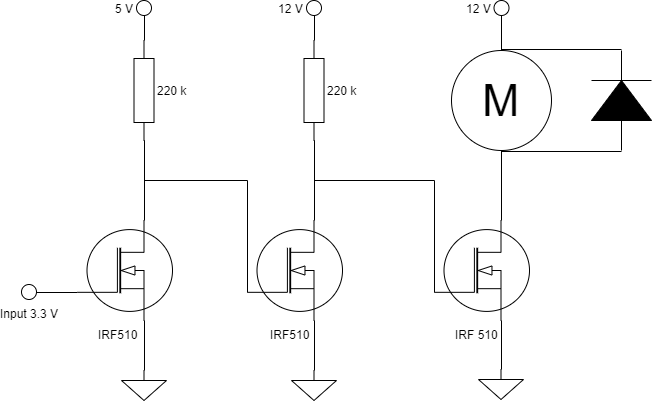
The draw.io diagram Lock/transistor_circuit.png in ubilab-escape/safe, before a commit. Source tidied: cells renumbered, new cells last; positions are measured from the earlier drawing's top-left corner, leaving out a move shared by most shapes.
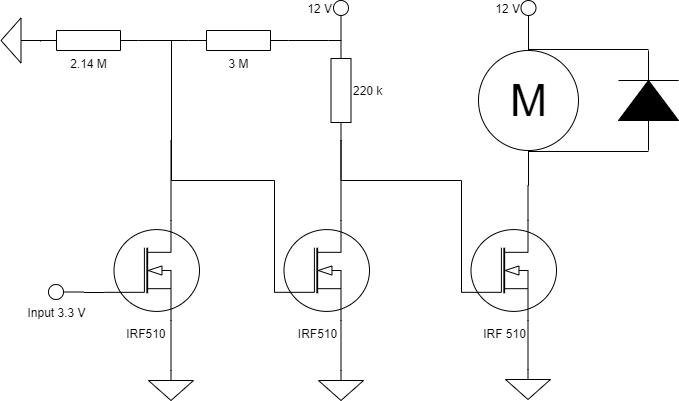
After the change.

Commit message:
changed transistor circuit diagram

Change to the diagram source:
```diff
@@ -2,8 +2,10 @@
   <root>
     <mxCell id="0" />
     <mxCell id="1" parent="0" />
-    <mxCell id="2" style="edgeStyle=orthogonalEdgeStyle;rounded=0;jettySize=auto;html=1;exitX=0.7;exitY=0;exitDx=0;exitDy=0;exitPerimeter=0;entryX=1;entryY=0.5;entryDx=0;entryDy=0;entryPerimeter=0;endArrow=none;endFill=0;" parent="1" edge="1" source="5" target="18">
-      <mxGeometry relative="1" as="geometry" />
+    <mxCell id="2" style="edgeStyle=orthogonalEdgeStyle;rounded=0;jettySize=auto;html=1;exitX=0.7;exitY=0;exitDx=0;exitDy=0;exitPerimeter=0;entryX=1;entryY=0.5;entryDx=0;entryDy=0;entryPerimeter=0;endArrow=none;endFill=0;" parent="1" edge="1" source="5">
+      <mxGeometry relative="1" as="geometry">
+        <mxPoint x="122.5" y="140" as="targetPoint" />
+      </mxGeometry>
     </mxCell>
     <mxCell id="3" style="edgeStyle=orthogonalEdgeStyle;rounded=0;jettySize=auto;html=1;exitX=0.7;exitY=1;exitDx=0;exitDy=0;exitPerimeter=0;entryX=0.5;entryY=0;entryDx=0;entryDy=0;entryPerimeter=0;endArrow=none;endFill=0;" parent="1" edge="1" source="5" target="14">
       <mxGeometry relative="1" as="geometry" />
@@ -20,8 +22,9 @@
     <mxCell id="7" style="edgeStyle=orthogonalEdgeStyle;rounded=0;jettySize=auto;html=1;exitX=0.7;exitY=1;exitDx=0;exitDy=0;exitPerimeter=0;entryX=0.5;entryY=0;entryDx=0;entryDy=0;entryPerimeter=0;endArrow=none;endFill=0;" parent="1" edge="1" source="9" target="15">
       <mxGeometry relative="1" as="geometry" />
     </mxCell>
-    <mxCell id="8" style="edgeStyle=orthogonalEdgeStyle;rounded=0;jettySize=auto;html=1;exitX=0;exitY=0.72;exitDx=0;exitDy=0;exitPerimeter=0;entryX=1;entryY=0.5;entryDx=0;entryDy=0;entryPerimeter=0;endArrow=none;endFill=0;" parent="1" edge="1" source="9" target="18">
+    <mxCell id="8" style="edgeStyle=orthogonalEdgeStyle;rounded=0;jettySize=auto;html=1;exitX=0;exitY=0.72;exitDx=0;exitDy=0;exitPerimeter=0;endArrow=none;endFill=0;" parent="1" edge="1" source="9">
       <mxGeometry relative="1" as="geometry">
+        <mxPoint x="123" y="40" as="targetPoint" />
         <Array as="points">
           <mxPoint x="226" y="180" />
           <mxPoint x="123" y="180" />
@@ -57,15 +60,17 @@
     <mxCell id="16" style="verticalLabelPosition=bottom;shadow=0;dashed=0;align=center;html=1;verticalAlign=top;shape=mxgraph.electrical.signal_sources.signal_ground;" parent="1" vertex="1">
       <mxGeometry x="457" y="369" width="45" height="30" as="geometry" />
     </mxCell>
-    <mxCell id="17" style="edgeStyle=orthogonalEdgeStyle;rounded=0;jettySize=auto;html=1;exitX=0;exitY=0.5;exitDx=0;exitDy=0;exitPerimeter=0;entryX=0.5;entryY=1;entryDx=0;entryDy=0;endArrow=none;endFill=0;" parent="1" edge="1" source="18" target="27">
-      <mxGeometry relative="1" as="geometry" />
-    </mxCell>
-    <mxCell id="18" value="220 k" style="verticalLabelPosition=middle;shadow=0;dashed=0;align=left;html=1;verticalAlign=middle;shape=mxgraph.electrical.resistors.resistor_1;direction=south;labelPosition=right;" parent="1" vertex="1">
-      <mxGeometry x="112.5" y="40" width="20" height="100" as="geometry" />
-    </mxCell>
     <mxCell id="19" style="edgeStyle=orthogonalEdgeStyle;rounded=0;jettySize=auto;html=1;exitX=0;exitY=0.5;exitDx=0;exitDy=0;exitPerimeter=0;entryX=0.5;entryY=1;entryDx=0;entryDy=0;endArrow=none;endFill=0;" parent="1" edge="1" source="20" target="28">
       <mxGeometry relative="1" as="geometry" />
     </mxCell>
+    <mxCell id="30" style="edgeStyle=orthogonalEdgeStyle;rounded=0;jettySize=auto;html=1;exitX=0;exitY=0.5;exitDx=0;exitDy=0;exitPerimeter=0;entryX=0;entryY=0.5;entryDx=0;entryDy=0;entryPerimeter=0;endArrow=none;endFill=0;" parent="1" edge="1" source="20" target="32">
+      <mxGeometry relative="1" as="geometry">
+        <Array as="points">
+          <mxPoint x="280" y="40" />
+          <mxPoint x="280" y="40" />
+        </Array>
+      </mxGeometry>
+    </mxCell>
     <mxCell id="20" value="220 k" style="verticalLabelPosition=middle;shadow=0;dashed=0;align=left;html=1;verticalAlign=middle;shape=mxgraph.electrical.resistors.resistor_1;direction=south;labelPosition=right;" parent="1" vertex="1">
       <mxGeometry x="282.5" y="40" width="20" height="100" as="geometry" />
     </mxCell>
@@ -95,14 +100,26 @@
     <mxCell id="26" value="Input 3.3 V" style="verticalLabelPosition=bottom;shadow=0;dashed=0;align=center;html=1;verticalAlign=top;strokeWidth=1;shape=ellipse;perimeter=ellipsePerimeter;" parent="1" vertex="1">
       <mxGeometry y="284" width="15" height="15" as="geometry" />
     </mxCell>
-    <mxCell id="27" value="5 V" style="verticalLabelPosition=middle;shadow=0;dashed=0;align=right;html=1;verticalAlign=middle;strokeWidth=1;shape=ellipse;perimeter=ellipsePerimeter;labelPosition=left;" parent="1" vertex="1">
-      <mxGeometry x="115" width="15" height="15" as="geometry" />
-    </mxCell>
     <mxCell id="28" value="12 V" style="verticalLabelPosition=middle;shadow=0;dashed=0;align=right;html=1;verticalAlign=middle;strokeWidth=1;shape=ellipse;perimeter=ellipsePerimeter;labelPosition=left;" parent="1" vertex="1">
       <mxGeometry x="285" width="15" height="15" as="geometry" />
     </mxCell>
     <mxCell id="29" value="12 V" style="verticalLabelPosition=middle;shadow=0;dashed=0;align=right;html=1;verticalAlign=middle;strokeWidth=1;shape=ellipse;perimeter=ellipsePerimeter;labelPosition=left;" parent="1" vertex="1">
       <mxGeometry x="472.5" width="15" height="15" as="geometry" />
     </mxCell>
+    <mxCell id="31" style="edgeStyle=orthogonalEdgeStyle;rounded=0;jettySize=auto;html=1;exitX=1;exitY=0.5;exitDx=0;exitDy=0;exitPerimeter=0;entryX=0;entryY=0.5;entryDx=0;entryDy=0;entryPerimeter=0;endArrow=none;endFill=0;" parent="1" edge="1" source="32" target="33">
+      <mxGeometry relative="1" as="geometry" />
+    </mxCell>
+    <mxCell id="32" value="3 M" style="verticalLabelPosition=bottom;shadow=0;dashed=0;align=center;html=1;verticalAlign=top;shape=mxgraph.electrical.resistors.resistor_1;direction=west;labelPosition=center;" parent="1" vertex="1">
+      <mxGeometry x="140" y="30" width="100" height="20" as="geometry" />
+    </mxCell>
+    <mxCell id="33" value="2.14 M" style="verticalLabelPosition=bottom;shadow=0;dashed=0;align=center;html=1;verticalAlign=top;shape=mxgraph.electrical.resistors.resistor_1;direction=west;labelPosition=center;" parent="1" vertex="1">
+      <mxGeometry x="-10" y="30" width="100" height="20" as="geometry" />
+    </mxCell>
+    <mxCell id="34" style="verticalLabelPosition=bottom;shadow=0;dashed=0;align=center;html=1;verticalAlign=top;shape=mxgraph.electrical.signal_sources.signal_ground;direction=south;" parent="1" vertex="1">
+      <mxGeometry x="-47.5" y="17.5" width="30" height="45" as="geometry" />
+    </mxCell>
+    <mxCell id="35" style="edgeStyle=orthogonalEdgeStyle;rounded=0;orthogonalLoop=1;jettySize=auto;html=1;exitX=0.5;exitY=0;exitDx=0;exitDy=0;exitPerimeter=0;entryX=0.522;entryY=-0.317;entryDx=0;entryDy=0;entryPerimeter=0;endArrow=none;endFill=0;" parent="1" edge="1" source="34" target="34">
+      <mxGeometry relative="1" as="geometry" />
+    </mxCell>
   </root>
 </mxGraphModel>
```
